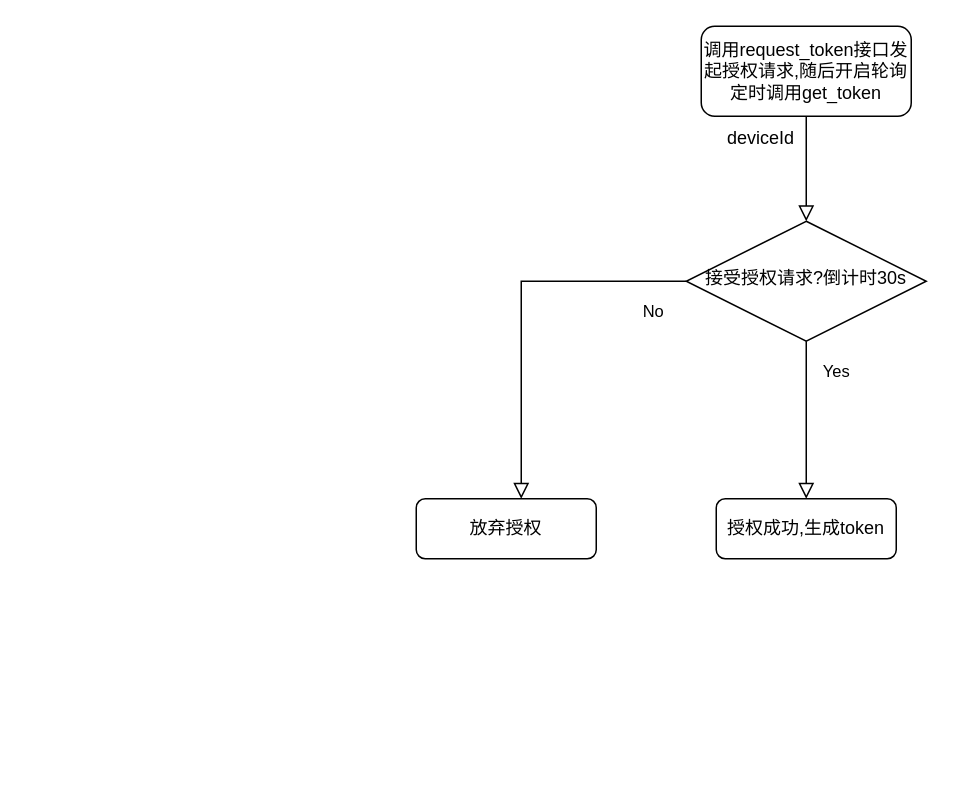
This is 设备端发起授权流程图.drawio from gmyboy/software-architecture, a draw.io file, before an edit. Source tidied: cells renumbered, new cells numbered last; positions are measured from the earlier drawing's top-left corner, leaving out a move shared by most shapes. Both pictures are drawn from the tidied source at 150%, with x=0, y=0 at pixel (416, 26).
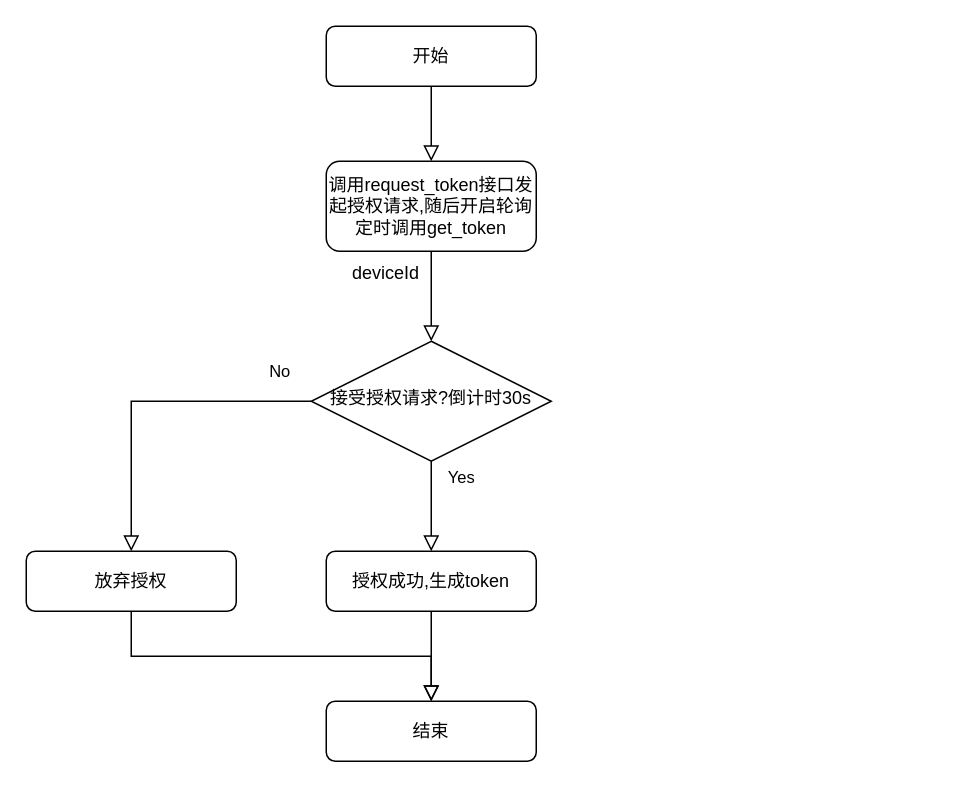
After the change.

Commit message (it also covers changes not shown here):
更新设备端发起授权流程图.drawio

The edit, as a diff of the source:
```diff
@@
 <mxGraphModel>
   <root>
     <mxCell id="0" />
     <mxCell id="1" parent="0" />
     <mxCell id="2" value="接受授权请求?倒计时30s" style="rhombus;whiteSpace=wrap;html=1;shadow=0;fontFamily=Helvetica;fontSize=12;align=center;strokeWidth=1;spacing=6;spacingTop=-4;" parent="1" vertex="1">
-      <mxGeometry x="180" y="130" width="160" height="80" as="geometry" />
+      <mxGeometry x="-70" y="210" width="160" height="80" as="geometry" />
     </mxCell>
     <mxCell id="3" value="No" style="edgeStyle=orthogonalEdgeStyle;rounded=0;html=1;jettySize=auto;fontSize=11;endArrow=block;endFill=0;endSize=8;strokeWidth=1;shadow=0;labelBackgroundColor=none;exitX=0;exitY=0.5;exitDx=0;exitDy=0;" parent="1" edge="1" source="2" target="5">
-      <mxGeometry x="-0.83" y="20" relative="1" as="geometry">
+      <mxGeometry x="-0.81" y="-20" relative="1" as="geometry">
         <Array as="points">
-          <mxPoint x="70" y="170" />
+          <mxPoint x="-190" y="250" />
         </Array>
       </mxGeometry>
     </mxCell>
-    <mxCell id="4" value="Yes" style="edgeStyle=orthogonalEdgeStyle;rounded=0;html=1;jettySize=auto;fontSize=11;endArrow=block;endFill=0;endSize=8;strokeWidth=1;shadow=0;labelBackgroundColor=none;exitX=0.5;exitY=1;exitDx=0;exitDy=0;" parent="1" edge="1" source="2">
+    <mxCell id="4" value="Yes" style="edgeStyle=orthogonalEdgeStyle;rounded=0;html=1;jettySize=auto;fontSize=11;endArrow=block;endFill=0;endSize=8;strokeWidth=1;shadow=0;labelBackgroundColor=none;startArrow=none;exitX=0.5;exitY=1;exitDx=0;exitDy=0;" parent="1" edge="1" source="2" target="9">
       <mxGeometry x="-0.62" y="20" relative="1" as="geometry">
-        <mxPoint x="260" y="315" as="targetPoint" />
+        <Array as="points">
+          <mxPoint x="10" y="330" />
+          <mxPoint x="10" y="330" />
+        </Array>
       </mxGeometry>
     </mxCell>
     <mxCell id="5" value="放弃授权" style="rounded=1;whiteSpace=wrap;html=1;fontSize=12;glass=0;strokeWidth=1;shadow=0;" parent="1" vertex="1">
-      <mxGeometry y="315" width="120" height="40" as="geometry" />
+      <mxGeometry x="-260" y="350" width="140" height="40" as="geometry" />
     </mxCell>
     <mxCell id="6" style="edgeStyle=orthogonalEdgeStyle;rounded=0;jettySize=auto;html=1;endArrow=block;endFill=0;endSize=8;" parent="1" edge="1" source="7" target="2">
       <mxGeometry relative="1" as="geometry" />
     </mxCell>
     <mxCell id="7" value="调用request_token接口发起授权请求,随后开启轮询定时调用get_token" style="rounded=1;whiteSpace=wrap;html=1;fontSize=12;glass=0;strokeWidth=1;shadow=0;" parent="1" vertex="1">
-      <mxGeometry x="190" width="140" height="60" as="geometry" />
+      <mxGeometry x="-60" y="90" width="140" height="60" as="geometry" />
     </mxCell>
     <mxCell id="8" value="deviceId" style="text;html=1;strokeColor=none;fillColor=none;align=center;verticalAlign=middle;whiteSpace=wrap;rounded=0;" parent="1" vertex="1">
-      <mxGeometry x="200" y="60" width="60" height="30" as="geometry" />
+      <mxGeometry x="-50" y="150" width="60" height="30" as="geometry" />
     </mxCell>
+    <mxCell id="10" value="开始" style="rounded=1;whiteSpace=wrap;html=1;fontSize=12;glass=0;strokeWidth=1;shadow=0;" parent="1" vertex="1">
+      <mxGeometry x="-60" width="140" height="40" as="geometry" />
+    </mxCell>
+    <mxCell id="11" value="结束" style="rounded=1;whiteSpace=wrap;html=1;fontSize=12;glass=0;strokeWidth=1;shadow=0;" parent="1" vertex="1">
+      <mxGeometry x="-60" y="450" width="140" height="40" as="geometry" />
+    </mxCell>
+    <mxCell id="12" style="rounded=0;html=1;jettySize=auto;fontSize=11;endArrow=block;endFill=0;endSize=8;strokeWidth=1;shadow=0;labelBackgroundColor=none;edgeStyle=orthogonalEdgeStyle;" parent="1" edge="1" source="9" target="11">
+      <mxGeometry relative="1" as="geometry" />
+    </mxCell>
+    <mxCell id="13" style="rounded=0;html=1;jettySize=auto;fontSize=11;endArrow=block;endFill=0;endSize=8;strokeWidth=1;shadow=0;labelBackgroundColor=none;edgeStyle=orthogonalEdgeStyle;" parent="1" edge="1" source="10" target="7">
+      <mxGeometry relative="1" as="geometry" />
+    </mxCell>
     <mxCell id="9" value="授权成功,生成token" style="rounded=1;whiteSpace=wrap;html=1;fontSize=12;glass=0;strokeWidth=1;shadow=0;" parent="1" vertex="1">
-      <mxGeometry x="200" y="315" width="120" height="40" as="geometry" />
+      <mxGeometry x="-60" y="350" width="140" height="40" as="geometry" />
     </mxCell>
+    <mxCell id="14" style="rounded=0;html=1;jettySize=auto;fontSize=11;endArrow=block;endFill=0;endSize=8;strokeWidth=1;shadow=0;labelBackgroundColor=none;edgeStyle=orthogonalEdgeStyle;" parent="1" edge="1" source="5" target="11">
+      <mxGeometry relative="1" as="geometry">
+        <Array as="points">
+          <mxPoint x="-190" y="420" />
+          <mxPoint x="10" y="420" />
+        </Array>
+      </mxGeometry>
+    </mxCell>
   </root>
 </mxGraphModel>
```
